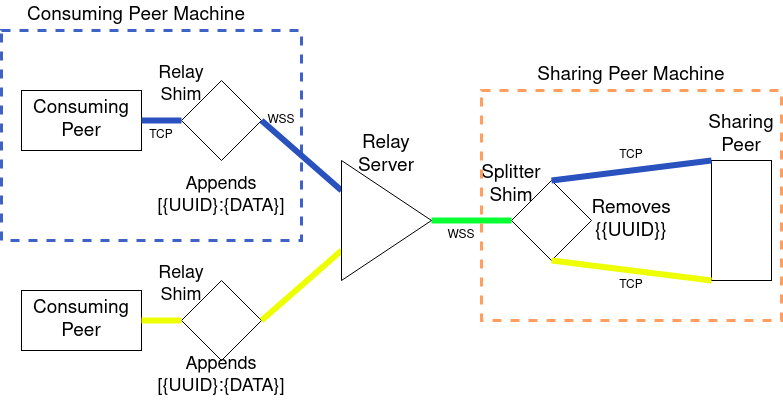
This is relay/assets/tcprelay.png from enfabrica/enkit, a draw.io export, as it was before one commit. Source tidied: cells renumbered, new cells last; positions are measured from the earlier drawing's top-left corner, leaving out a move shared by most shapes.
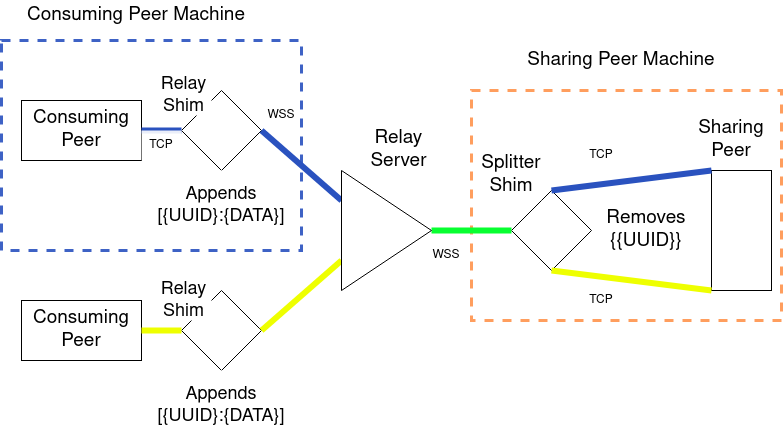
Above is the later version.

Commit message:
change image to have background on text

The edit, as a diff of the source:
```diff
@@ -2,6 +2,12 @@
   <root>
     <mxCell id="0" />
     <mxCell id="1" parent="0" />
+    <mxCell id="26" style="rounded=0;whiteSpace=wrap;html=1;dashed=1;fontSize=19;strokeColor=#FF944D;strokeWidth=3;fillColor=none;opacity=90;" parent="1" vertex="1">
+      <mxGeometry x="470" y="80" width="310" height="230" as="geometry" />
+    </mxCell>
+    <mxCell id="23" style="rounded=0;whiteSpace=wrap;html=1;fontSize=19;dashed=1;opacity=90;strokeWidth=3;fillColor=none;strokeColor=#2A52BF;" parent="1" vertex="1">
+      <mxGeometry y="30" width="300" height="210" as="geometry" />
+    </mxCell>
     <mxCell id="2" value="&lt;div style=&quot;font-size: 19px;&quot;&gt;Consuming &lt;br style=&quot;font-size: 19px;&quot;&gt;&lt;/div&gt;&lt;div style=&quot;font-size: 19px;&quot;&gt;Peer&lt;br style=&quot;font-size: 19px;&quot;&gt;&lt;/div&gt;" style="rounded=0;whiteSpace=wrap;html=1;fontSize=19;" parent="1" vertex="1">
       <mxGeometry x="20" y="90" width="120" height="60" as="geometry" />
     </mxCell>
@@ -17,12 +23,9 @@
     <mxCell id="6" style="endArrow=none;html=1;rounded=0;fillColor=#dae8fc;strokeColor=#2A52BF;entryX=0;entryY=0.5;entryDx=0;entryDy=0;exitX=1;exitY=0.5;exitDx=0;exitDy=0;strokeWidth=6;" parent="1" edge="1" source="2" target="4">
       <mxGeometry relative="1" as="geometry" />
     </mxCell>
-    <mxCell id="7" value="&lt;font style=&quot;font-size: 18px&quot;&gt;Appends&lt;br&gt;&lt;font style=&quot;font-size: 18px&quot;&gt;[{UUID}:{DATA}]&lt;/font&gt;&lt;/font&gt;" style="text;html=1;strokeColor=none;fillColor=none;align=center;verticalAlign=middle;whiteSpace=wrap;rounded=0;" parent="1" vertex="1">
-      <mxGeometry x="130" y="160" width="180" height="70" as="geometry" />
+    <mxCell id="7" value="&lt;font style=&quot;font-size: 18px&quot;&gt;Appends&lt;br&gt;&lt;font style=&quot;font-size: 18px&quot;&gt;[{UUID}:{DATA}]&lt;/font&gt;&lt;/font&gt;" style="text;html=1;strokeColor=none;fillColor=default;align=center;verticalAlign=middle;whiteSpace=wrap;rounded=0;" parent="1" vertex="1">
+      <mxGeometry x="145" y="160" width="150" height="70" as="geometry" />
     </mxCell>
-    <mxCell id="8" value="&lt;div&gt;Relay Shim&lt;/div&gt;&lt;div&gt;&lt;br&gt;&lt;/div&gt;" style="text;html=1;strokeColor=none;fillColor=none;align=center;verticalAlign=middle;whiteSpace=wrap;rounded=0;fontSize=18;" parent="1" vertex="1">
-      <mxGeometry x="150" y="80" width="60" height="30" as="geometry" />
-    </mxCell>
     <mxCell id="9" value="&lt;div style=&quot;font-size: 19px;&quot;&gt;Consuming &lt;br style=&quot;font-size: 19px;&quot;&gt;&lt;/div&gt;&lt;div style=&quot;font-size: 19px;&quot;&gt;Peer&lt;br style=&quot;font-size: 19px;&quot;&gt;&lt;/div&gt;" style="rounded=0;whiteSpace=wrap;html=1;fontSize=19;" parent="1" vertex="1">
       <mxGeometry x="20" y="290" width="120" height="60" as="geometry" />
     </mxCell>
@@ -32,11 +35,8 @@
     <mxCell id="11" style="endArrow=none;html=1;rounded=0;fillColor=#fff2cc;strokeColor=#EEFF00;entryX=0;entryY=0.5;entryDx=0;entryDy=0;exitX=1;exitY=0.5;exitDx=0;exitDy=0;strokeWidth=6;" parent="1" edge="1" source="9" target="10">
       <mxGeometry relative="1" as="geometry" />
     </mxCell>
-    <mxCell id="12" value="&lt;font style=&quot;font-size: 18px&quot;&gt;Appends&lt;br&gt;&lt;font style=&quot;font-size: 18px&quot;&gt;[{UUID}:{DATA}]&lt;/font&gt;&lt;/font&gt;" style="text;html=1;strokeColor=none;fillColor=none;align=center;verticalAlign=middle;whiteSpace=wrap;rounded=0;" parent="1" vertex="1">
-      <mxGeometry x="130" y="340" width="180" height="70" as="geometry" />
-    </mxCell>
-    <mxCell id="13" value="&lt;div&gt;Relay Shim&lt;/div&gt;&lt;div&gt;&lt;br&gt;&lt;/div&gt;" style="text;html=1;strokeColor=none;fillColor=none;align=center;verticalAlign=middle;whiteSpace=wrap;rounded=0;fontSize=18;" parent="1" vertex="1">
-      <mxGeometry x="150" y="280" width="60" height="30" as="geometry" />
+    <mxCell id="13" value="&lt;div&gt;Relay Shim&lt;/div&gt;" style="text;html=1;strokeColor=none;fillColor=default;align=center;verticalAlign=middle;whiteSpace=wrap;rounded=0;fontSize=18;" parent="1" vertex="1">
+      <mxGeometry x="155" y="270" width="55" height="40" as="geometry" />
     </mxCell>
     <mxCell id="14" style="endArrow=none;html=1;rounded=0;fontSize=19;strokeColor=#EEFF00;strokeWidth=6;entryX=0;entryY=0.75;entryDx=0;entryDy=0;exitX=1;exitY=0.5;exitDx=0;exitDy=0;" parent="1" edge="1" source="10" target="19">
       <mxGeometry relative="1" as="geometry" />
@@ -47,11 +47,11 @@
     <mxCell id="16" style="endArrow=none;html=1;rounded=0;fontSize=19;strokeColor=#08FF31;strokeWidth=6;entryX=0;entryY=0.5;entryDx=0;entryDy=0;startArrow=none;" parent="1" edge="1" source="19" target="5">
       <mxGeometry relative="1" as="geometry" />
     </mxCell>
-    <mxCell id="17" value="&lt;div&gt;Splitter &lt;br&gt;&lt;/div&gt;&lt;div&gt;Shim&lt;/div&gt;" style="text;html=1;strokeColor=none;fillColor=none;align=center;verticalAlign=middle;whiteSpace=wrap;rounded=0;fontSize=19;" parent="1" vertex="1">
-      <mxGeometry x="480" y="170" width="60" height="30" as="geometry" />
+    <mxCell id="17" value="&lt;div&gt;Splitter &lt;br&gt;&lt;/div&gt;&lt;div&gt;Shim&lt;/div&gt;" style="text;html=1;strokeColor=none;fillColor=default;align=center;verticalAlign=middle;whiteSpace=wrap;rounded=0;fontSize=19;" parent="1" vertex="1">
+      <mxGeometry x="480" y="140" width="60" height="50" as="geometry" />
     </mxCell>
-    <mxCell id="18" value="&lt;div&gt;Relay &lt;br&gt;&lt;/div&gt;&lt;div&gt;Server&lt;br&gt;&lt;/div&gt;" style="text;html=1;strokeColor=none;fillColor=none;align=center;verticalAlign=middle;whiteSpace=wrap;rounded=0;fontSize=19;" parent="1" vertex="1">
-      <mxGeometry x="355" y="140" width="60" height="30" as="geometry" />
+    <mxCell id="18" value="&lt;div&gt;Relay &lt;br&gt;&lt;/div&gt;&lt;div&gt;Server&lt;br&gt;&lt;/div&gt;" style="text;html=1;strokeColor=none;fillColor=default;align=center;verticalAlign=middle;whiteSpace=wrap;rounded=0;fontSize=19;" parent="1" vertex="1">
+      <mxGeometry x="355" y="110" width="85" height="60" as="geometry" />
     </mxCell>
     <mxCell id="19" style="triangle;whiteSpace=wrap;html=1;fontSize=19;" parent="1" vertex="1">
       <mxGeometry x="340" y="160" width="90" height="120" as="geometry" />
@@ -66,38 +66,38 @@
         <mxPoint x="550" y="260" as="targetPoint" />
       </mxGeometry>
     </mxCell>
-    <mxCell id="22" value="Removes {{UUID}}" style="text;html=1;strokeColor=none;fillColor=none;align=center;verticalAlign=middle;whiteSpace=wrap;rounded=0;fontSize=19;" parent="1" vertex="1">
-      <mxGeometry x="600" y="205" width="60" height="30" as="geometry" />
+    <mxCell id="22" value="Removes {{UUID}}" style="text;html=1;strokeColor=none;fillColor=default;align=center;verticalAlign=middle;whiteSpace=wrap;rounded=0;fontSize=19;" parent="1" vertex="1">
+      <mxGeometry x="600" y="197.5" width="90" height="45" as="geometry" />
     </mxCell>
-    <mxCell id="23" style="rounded=0;whiteSpace=wrap;html=1;fontSize=19;dashed=1;opacity=90;strokeWidth=3;fillColor=none;strokeColor=#2A52BF;" parent="1" vertex="1">
-      <mxGeometry y="30" width="300" height="210" as="geometry" />
-    </mxCell>
-    <mxCell id="24" value="Consuming Peer Machine" style="text;html=1;strokeColor=none;fillColor=none;align=center;verticalAlign=middle;whiteSpace=wrap;rounded=0;dashed=1;fontSize=19;opacity=90;" parent="1" vertex="1">
-      <mxGeometry width="270" height="30" as="geometry" />
+    <mxCell id="24" value="Consuming Peer Machine" style="text;html=1;strokeColor=none;fillColor=default;align=center;verticalAlign=middle;whiteSpace=wrap;rounded=0;dashed=1;fontSize=19;opacity=90;" parent="1" vertex="1">
+      <mxGeometry y="-10" width="270" height="30" as="geometry" />
     </mxCell>
-    <mxCell id="25" value="Sharing Peer" style="text;html=1;strokeColor=none;fillColor=none;align=center;verticalAlign=middle;whiteSpace=wrap;rounded=0;dashed=1;fontSize=19;opacity=90;" parent="1" vertex="1">
-      <mxGeometry x="710" y="120" width="60" height="30" as="geometry" />
+    <mxCell id="25" value="Sharing Peer" style="text;html=1;strokeColor=none;fillColor=default;align=center;verticalAlign=middle;whiteSpace=wrap;rounded=0;dashed=1;fontSize=19;opacity=90;" parent="1" vertex="1">
+      <mxGeometry x="690" y="110" width="80" height="40" as="geometry" />
     </mxCell>
-    <mxCell id="26" style="rounded=0;whiteSpace=wrap;html=1;dashed=1;fontSize=19;strokeColor=#FF944D;strokeWidth=3;fillColor=none;opacity=90;" parent="1" vertex="1">
-      <mxGeometry x="480" y="90" width="300" height="230" as="geometry" />
-    </mxCell>
-    <mxCell id="27" value="Sharing Peer Machine" style="text;html=1;strokeColor=none;fillColor=none;align=center;verticalAlign=middle;whiteSpace=wrap;rounded=0;dashed=1;fontSize=19;opacity=90;" parent="1" vertex="1">
-      <mxGeometry x="480" y="60" width="300" height="30" as="geometry" />
+    <mxCell id="27" value="Sharing Peer Machine" style="text;html=1;strokeColor=none;fillColor=default;align=center;verticalAlign=middle;whiteSpace=wrap;rounded=0;dashed=1;fontSize=19;opacity=90;" parent="1" vertex="1">
+      <mxGeometry x="470" y="35" width="300" height="30" as="geometry" />
     </mxCell>
-    <mxCell id="28" value="TCP" style="text;html=1;strokeColor=none;fillColor=none;align=center;verticalAlign=middle;whiteSpace=wrap;rounded=0;dashed=1;fontSize=12;opacity=90;" parent="1" vertex="1">
-      <mxGeometry x="130" y="120" width="60" height="30" as="geometry" />
+    <mxCell id="28" value="TCP" style="text;html=1;strokeColor=none;fillColor=default;align=center;verticalAlign=middle;whiteSpace=wrap;rounded=0;dashed=1;fontSize=12;opacity=90;" parent="1" vertex="1">
+      <mxGeometry x="140" y="120" width="40" height="30" as="geometry" />
     </mxCell>
-    <mxCell id="29" value="WSS" style="text;html=1;strokeColor=none;fillColor=none;align=center;verticalAlign=middle;whiteSpace=wrap;rounded=0;dashed=1;fontSize=12;opacity=90;" parent="1" vertex="1">
-      <mxGeometry x="250" y="105" width="60" height="30" as="geometry" />
+    <mxCell id="29" value="WSS" style="text;html=1;strokeColor=none;fillColor=default;align=center;verticalAlign=middle;whiteSpace=wrap;rounded=0;dashed=1;fontSize=12;opacity=90;" parent="1" vertex="1">
+      <mxGeometry x="265" y="90" width="30" height="30" as="geometry" />
     </mxCell>
+    <mxCell id="8" value="&lt;div&gt;Relay Shim&lt;/div&gt;" style="text;html=1;strokeColor=none;fillColor=default;align=center;verticalAlign=middle;whiteSpace=wrap;rounded=0;fontSize=18;" parent="1" vertex="1">
+      <mxGeometry x="155" y="65" width="55" height="40" as="geometry" />
+    </mxCell>
+    <mxCell id="12" value="&lt;font style=&quot;font-size: 18px&quot;&gt;Appends&lt;br&gt;&lt;font style=&quot;font-size: 18px&quot;&gt;[{UUID}:{DATA}]&lt;/font&gt;&lt;/font&gt;" style="text;html=1;strokeColor=none;fillColor=default;align=center;verticalAlign=middle;whiteSpace=wrap;rounded=0;" parent="1" vertex="1">
+      <mxGeometry x="145" y="360" width="150" height="70" as="geometry" />
+    </mxCell>
-    <mxCell id="30" value="WSS" style="text;html=1;strokeColor=none;fillColor=none;align=center;verticalAlign=middle;whiteSpace=wrap;rounded=0;dashed=1;fontSize=12;opacity=90;" parent="1" vertex="1">
-      <mxGeometry x="430" y="220" width="60" height="30" as="geometry" />
+    <mxCell id="30" value="WSS" style="text;html=1;strokeColor=none;fillColor=default;align=center;verticalAlign=middle;whiteSpace=wrap;rounded=0;dashed=1;fontSize=12;opacity=90;" parent="1" vertex="1">
+      <mxGeometry x="430" y="230" width="30" height="30" as="geometry" />
     </mxCell>
-    <mxCell id="31" value="TCP" style="text;html=1;strokeColor=none;fillColor=none;align=center;verticalAlign=middle;whiteSpace=wrap;rounded=0;dashed=1;fontSize=12;opacity=90;" parent="1" vertex="1">
-      <mxGeometry x="600" y="140" width="60" height="30" as="geometry" />
-    </mxCell>
-    <mxCell id="32" value="TCP" style="text;html=1;strokeColor=none;fillColor=none;align=center;verticalAlign=middle;whiteSpace=wrap;rounded=0;dashed=1;fontSize=12;opacity=90;" parent="1" vertex="1">
-      <mxGeometry x="600" y="270" width="60" height="30" as="geometry" />
-    </mxCell>
+    <mxCell id="33" value="TCP" style="text;html=1;strokeColor=none;fillColor=default;align=center;verticalAlign=middle;whiteSpace=wrap;rounded=0;dashed=1;fontSize=12;opacity=90;" parent="1" vertex="1">
+      <mxGeometry x="580" y="130" width="40" height="30" as="geometry" />
+    </mxCell>
+    <mxCell id="34" value="TCP" style="text;html=1;strokeColor=none;fillColor=default;align=center;verticalAlign=middle;whiteSpace=wrap;rounded=0;dashed=1;fontSize=12;opacity=90;" parent="1" vertex="1">
+      <mxGeometry x="580" y="275" width="40" height="30" as="geometry" />
+    </mxCell>
   </root>
 </mxGraphModel>
```
